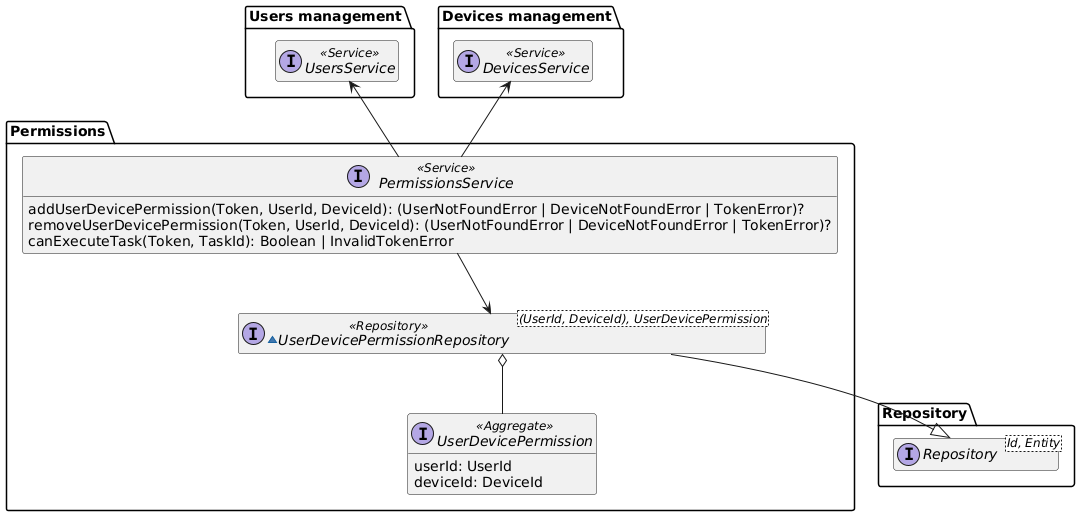
Before: diagrams/generated/notifications-domain-model.png, a diagram exported from PlantUML (DomoticASW/.github).
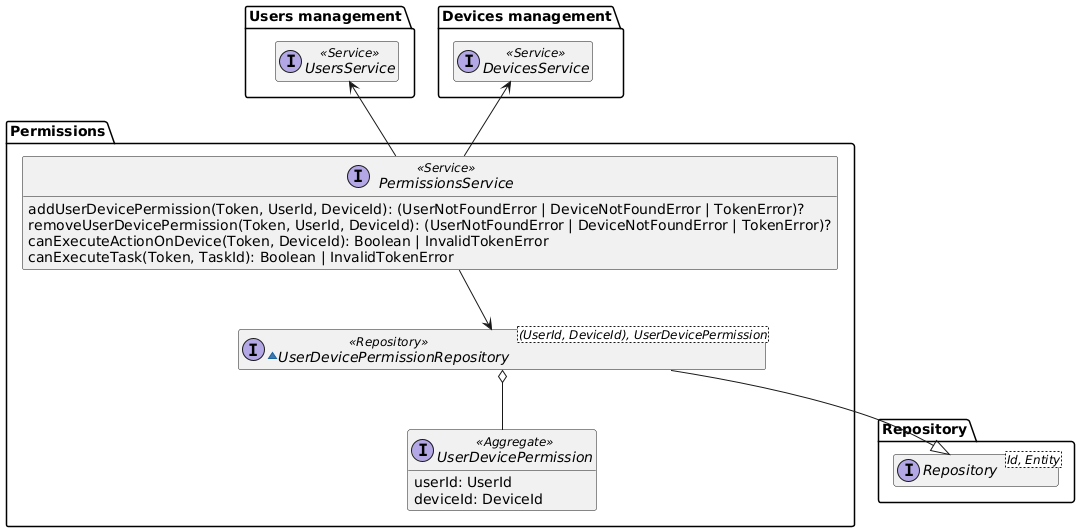
After the commit.

Commit message:
Add permissions domain model diagram

What changed in the source:
```diff
@@ -17,6 +17,7 @@
     interface PermissionsService <<Service>> {
         addUserDevicePermission(Token, UserId, DeviceId): (UserNotFoundError | DeviceNotFoundError | TokenError)?
         removeUserDevicePermission(Token, UserId, DeviceId): (UserNotFoundError | DeviceNotFoundError | TokenError)?
+        canExecuteActionOnDevice(Token, DeviceId): Boolean | InvalidTokenError
         canExecuteTask(Token, TaskId): Boolean | InvalidTokenError
     }
 
```
